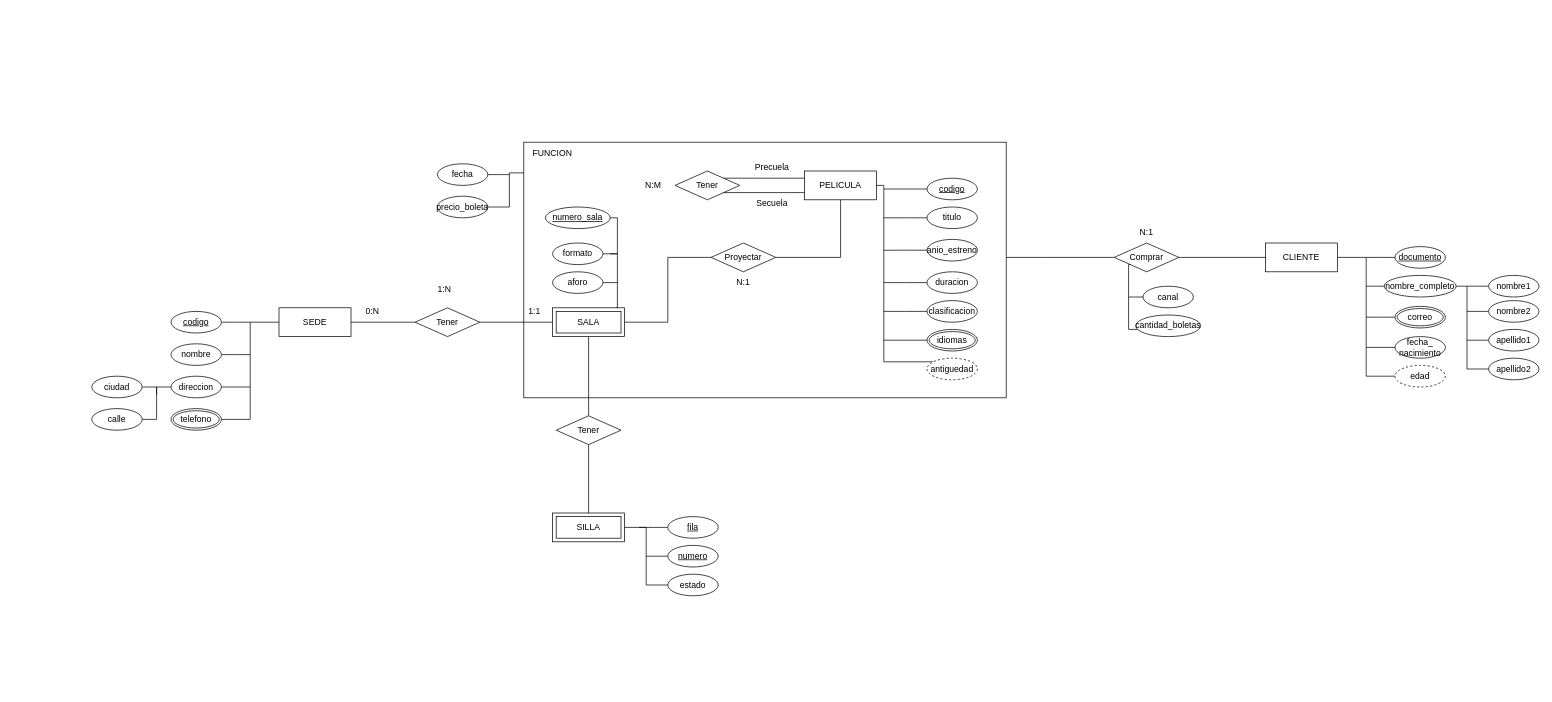
Above: Modelado/Parcial_Nocturna_DB1.drawio in jcabarcasr/Investigaciones-DB1-DB2 (draw.io), before the change. Source tidied: cells renumbered, new cells numbered last; positions are measured from the earlier drawing's top-left corner, leaving out a move shared by most shapes. Both pictures are drawn from the tidied source at 72%, with x=0, y=0 at pixel (91, 142).
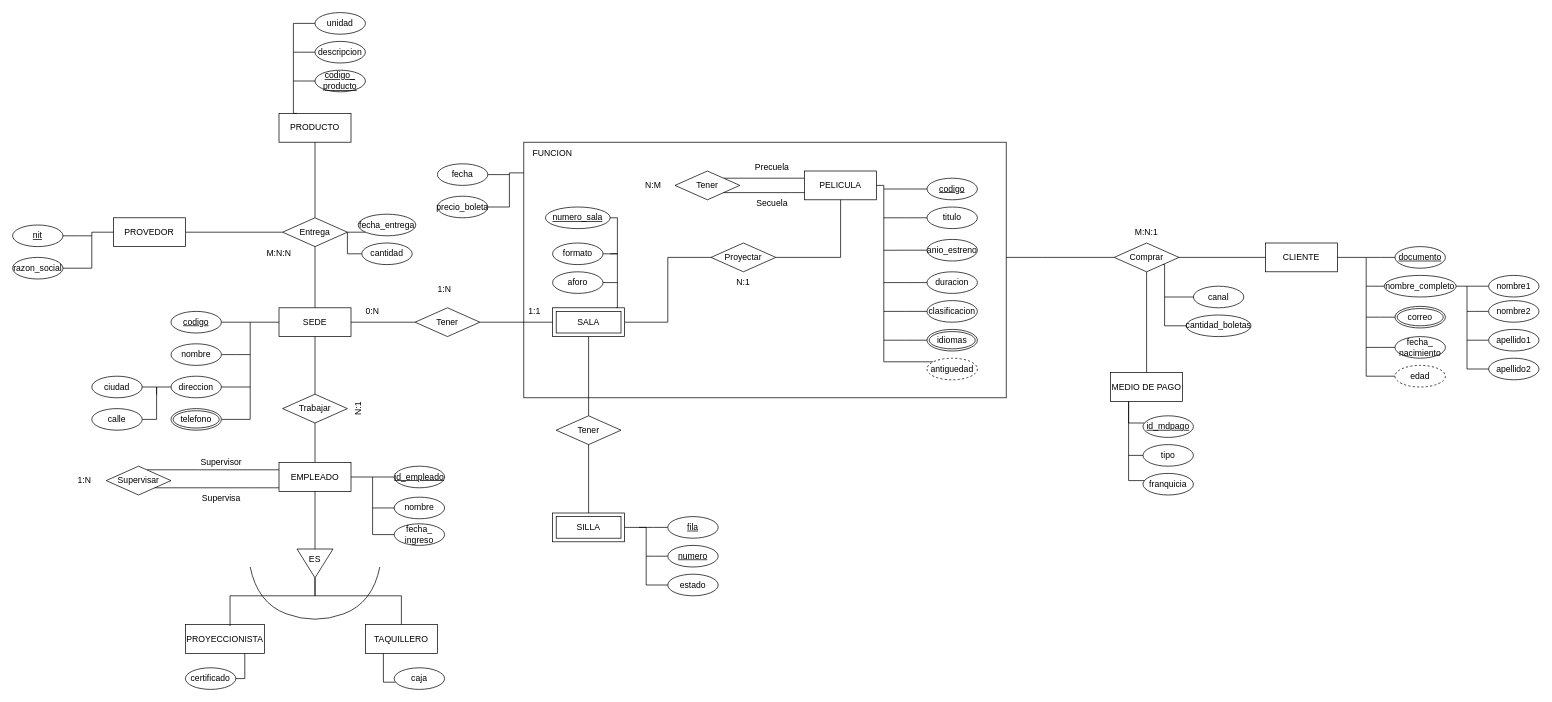
The same diagram, later.

The change refers to these unchanged cells:
```xml
<mxCell id="4" value="SEDE" style="whiteSpace=wrap;html=1;align=center;" parent="1" vertex="1">
  <mxGeometry x="260" y="230" width="100" height="40" as="geometry" />
</mxCell>
<mxCell id="91" value="Comprar" style="shape=rhombus;perimeter=rhombusPerimeter;whiteSpace=wrap;html=1;align=center;" parent="1" vertex="1">
  <mxGeometry x="1420" y="140" width="90" height="40" as="geometry" />
</mxCell>
```

What changed in the source:
```diff
@@
-    <mxCell id="92" value="N:1" style="text;html=1;whiteSpace=wrap;strokeColor=none;fillColor=none;align=center;verticalAlign=middle;rounded=0;" parent="1" vertex="1">
+    <mxCell id="92" value="M:N:1" style="text;html=1;whiteSpace=wrap;strokeColor=none;fillColor=none;align=center;verticalAlign=middle;rounded=0;" parent="1" vertex="1">
       <mxGeometry x="1435" y="110" width="60" height="30" as="geometry" />
     </mxCell>
@@
-    <mxCell id="94" style="edgeStyle=orthogonalEdgeStyle;rounded=0;jettySize=auto;html=1;entryX=0;entryY=1;entryDx=0;entryDy=0;fontFamily=Helvetica;fontSize=12;fontColor=default;endArrow=none;endFill=0;" parent="1" edge="1" source="95" target="91">
+    <mxCell id="94" style="edgeStyle=orthogonalEdgeStyle;rounded=0;jettySize=auto;html=1;entryX=1;entryY=1;entryDx=0;entryDy=0;fontFamily=Helvetica;fontSize=12;fontColor=default;endArrow=none;endFill=0;" parent="1" edge="1" source="95" target="91">
       <mxGeometry relative="1" as="geometry">
         <Array as="points">
-          <mxPoint x="1440" y="260" />
-          <mxPoint x="1440" y="170" />
+          <mxPoint x="1490" y="170" />
         </Array>
       </mxGeometry>
     </mxCell>
     <mxCell id="95" value="cantidad_boletas" style="ellipse;whiteSpace=wrap;html=1;align=center;" parent="1" vertex="1">
-      <mxGeometry x="1450" y="240" width="90" height="30" as="geometry" />
+      <mxGeometry x="1520" y="240" width="90" height="30" as="geometry" />
     </mxCell>
     <mxCell id="96" style="edgeStyle=orthogonalEdgeStyle;rounded=0;jettySize=auto;html=1;fontFamily=Helvetica;fontSize=12;fontColor=default;endArrow=none;endFill=0;" parent="1" edge="1" source="97">
       <mxGeometry relative="1" as="geometry">
-        <mxPoint x="1440" y="215" as="targetPoint" />
+        <mxPoint x="1490" y="215" as="targetPoint" />
       </mxGeometry>
     </mxCell>
     <mxCell id="97" value="canal" style="ellipse;whiteSpace=wrap;html=1;align=center;" parent="1" vertex="1">
-      <mxGeometry x="1460" y="200" width="70" height="30" as="geometry" />
+      <mxGeometry x="1530" y="200" width="70" height="30" as="geometry" />
     </mxCell>
+    <mxCell id="98" style="edgeStyle=orthogonalEdgeStyle;rounded=0;jettySize=auto;html=1;entryX=0.5;entryY=1;entryDx=0;entryDy=0;fontFamily=Helvetica;fontSize=12;fontColor=default;endArrow=none;endFill=0;" parent="1" edge="1" source="99" target="91">
+      <mxGeometry relative="1" as="geometry" />
+    </mxCell>
+    <mxCell id="99" value="MEDIO DE PAGO" style="whiteSpace=wrap;html=1;align=center;" parent="1" vertex="1">
+      <mxGeometry x="1415" y="320" width="100" height="40" as="geometry" />
+    </mxCell>
+    <mxCell id="100" style="group;" parent="1" vertex="1">
+      <mxGeometry x="260" y="445" width="230" height="115" as="geometry" />
+    </mxCell>
+    <mxCell id="101" value="EMPLEADO" style="whiteSpace=wrap;html=1;align=center;" parent="100" vertex="1">
+      <mxGeometry width="100" height="40" as="geometry" />
+    </mxCell>
+    <mxCell id="102" style="edgeStyle=orthogonalEdgeStyle;rounded=0;jettySize=auto;html=1;fontFamily=Helvetica;fontSize=12;fontColor=default;endArrow=none;endFill=0;" parent="100" edge="1" source="103">
+      <mxGeometry relative="1" as="geometry">
+        <mxPoint x="130" y="20" as="targetPoint" />
+      </mxGeometry>
+    </mxCell>
+    <mxCell id="103" value="id_empleado" style="ellipse;whiteSpace=wrap;html=1;align=center;fontStyle=4;" parent="100" vertex="1">
+      <mxGeometry x="160" y="5" width="70" height="30" as="geometry" />
+    </mxCell>
+    <mxCell id="104" style="edgeStyle=orthogonalEdgeStyle;rounded=0;jettySize=auto;html=1;fontFamily=Helvetica;fontSize=12;fontColor=default;endArrow=none;endFill=0;" parent="100" edge="1" source="105">
+      <mxGeometry relative="1" as="geometry">
+        <mxPoint x="130" y="63" as="targetPoint" />
+      </mxGeometry>
+    </mxCell>
+    <mxCell id="105" value="nombre" style="ellipse;whiteSpace=wrap;html=1;align=center;" parent="100" vertex="1">
+      <mxGeometry x="160" y="48" width="70" height="30" as="geometry" />
+    </mxCell>
+    <mxCell id="106" style="edgeStyle=orthogonalEdgeStyle;rounded=0;jettySize=auto;html=1;entryX=1;entryY=0.5;entryDx=0;entryDy=0;fontFamily=Helvetica;fontSize=12;fontColor=default;endArrow=none;endFill=0;" parent="100" edge="1" source="107" target="101">
+      <mxGeometry relative="1" as="geometry" />
+    </mxCell>
+    <mxCell id="107" value="fecha_&lt;div&gt;ingreso&lt;/div&gt;" style="ellipse;whiteSpace=wrap;html=1;align=center;" parent="100" vertex="1">
+      <mxGeometry x="160" y="85" width="70" height="30" as="geometry" />
+    </mxCell>
+    <mxCell id="108" style="edgeStyle=orthogonalEdgeStyle;rounded=0;jettySize=auto;html=1;fontFamily=Helvetica;fontSize=12;fontColor=default;endArrow=none;endFill=0;" parent="1" edge="1" source="109" target="4">
+      <mxGeometry relative="1" as="geometry" />
+    </mxCell>
+    <mxCell id="109" value="Trabajar" style="shape=rhombus;perimeter=rhombusPerimeter;whiteSpace=wrap;html=1;align=center;" parent="1" vertex="1">
+      <mxGeometry x="265" y="350" width="90" height="40" as="geometry" />
+    </mxCell>
+    <mxCell id="110" style="edgeStyle=orthogonalEdgeStyle;rounded=0;jettySize=auto;html=1;entryX=0.5;entryY=1;entryDx=0;entryDy=0;fontFamily=Helvetica;fontSize=12;fontColor=default;endArrow=none;endFill=0;" parent="1" edge="1" source="101" target="109">
+      <mxGeometry relative="1" as="geometry" />
+    </mxCell>
+    <mxCell id="111" value="N:1" style="text;html=1;whiteSpace=wrap;strokeColor=none;fillColor=none;align=center;verticalAlign=middle;rounded=0;rotation=-90;" parent="1" vertex="1">
+      <mxGeometry x="340" y="355" width="60" height="30" as="geometry" />
+    </mxCell>
+    <mxCell id="112" style="group;" parent="1" vertex="1">
+      <mxGeometry x="280" y="560" width="60" height="50" as="geometry" />
+    </mxCell>
+    <mxCell id="113" style="triangle;whiteSpace=wrap;html=1;shapeInside=1;rotation=90;" parent="112" vertex="1">
+      <mxGeometry x="10" width="40" height="50" as="geometry" />
+    </mxCell>
+    <mxCell id="114" value="ES" style="text;html=1;whiteSpace=wrap;strokeColor=none;fillColor=none;align=center;verticalAlign=middle;rounded=0;" parent="112" vertex="1">
+      <mxGeometry y="5" width="60" height="30" as="geometry" />
+    </mxCell>
+    <mxCell id="115" style="edgeStyle=orthogonalEdgeStyle;rounded=0;jettySize=auto;html=1;entryX=0.5;entryY=0;entryDx=0;entryDy=0;fontFamily=Helvetica;fontSize=12;fontColor=default;endArrow=none;endFill=0;" parent="1" edge="1" source="101" target="114">
+      <mxGeometry relative="1" as="geometry" />
+    </mxCell>
+    <mxCell id="116" style="edgeStyle=orthogonalEdgeStyle;rounded=0;jettySize=auto;html=1;entryX=0;entryY=0.25;entryDx=0;entryDy=0;fontFamily=Helvetica;fontSize=12;fontColor=default;endArrow=none;endFill=0;" parent="1" edge="1" source="117" target="101">
+      <mxGeometry relative="1" as="geometry">
+        <Array as="points">
+          <mxPoint x="150" y="455" />
+          <mxPoint x="150" y="455" />
+        </Array>
+      </mxGeometry>
+    </mxCell>
+    <mxCell id="117" value="&lt;div&gt;Supervisar&lt;/div&gt;" style="shape=rhombus;perimeter=rhombusPerimeter;whiteSpace=wrap;html=1;align=center;" parent="1" vertex="1">
+      <mxGeometry x="20" y="450" width="90" height="40" as="geometry" />
+    </mxCell>
+    <mxCell id="118" style="edgeStyle=orthogonalEdgeStyle;rounded=0;jettySize=auto;html=1;entryX=1;entryY=1;entryDx=0;entryDy=0;fontFamily=Helvetica;fontSize=12;fontColor=default;endArrow=none;endFill=0;" parent="1" edge="1" source="101" target="117">
+      <mxGeometry relative="1" as="geometry">
+        <Array as="points">
+          <mxPoint x="220" y="480" />
+          <mxPoint x="220" y="480" />
+        </Array>
+      </mxGeometry>
+    </mxCell>
+    <mxCell id="119" value="Supervisor" style="text;html=1;whiteSpace=wrap;strokeColor=none;fillColor=none;align=center;verticalAlign=middle;rounded=0;" parent="1" vertex="1">
+      <mxGeometry x="150" y="430" width="60" height="30" as="geometry" />
+    </mxCell>
+    <mxCell id="120" value="Supervisa" style="text;html=1;whiteSpace=wrap;strokeColor=none;fillColor=none;align=center;verticalAlign=middle;rounded=0;" parent="1" vertex="1">
+      <mxGeometry x="150" y="480" width="60" height="30" as="geometry" />
+    </mxCell>
+    <mxCell id="121" value="PROYECCIONISTA" style="whiteSpace=wrap;html=1;align=center;" parent="1" vertex="1">
+      <mxGeometry x="130" y="670" width="110" height="40" as="geometry" />
+    </mxCell>
+    <mxCell id="122" style="edgeStyle=orthogonalEdgeStyle;rounded=0;jettySize=auto;html=1;entryX=1;entryY=0.5;entryDx=0;entryDy=0;fontFamily=Helvetica;fontSize=12;fontColor=default;endArrow=none;endFill=0;" parent="1" edge="1" source="123" target="113">
+      <mxGeometry relative="1" as="geometry">
+        <Array as="points">
+          <mxPoint x="430" y="630" />
+          <mxPoint x="310" y="630" />
+        </Array>
+      </mxGeometry>
+    </mxCell>
+    <mxCell id="123" value="TAQUILLERO" style="whiteSpace=wrap;html=1;align=center;" parent="1" vertex="1">
+      <mxGeometry x="380" y="670" width="100" height="40" as="geometry" />
+    </mxCell>
+    <mxCell id="124" style="edgeStyle=orthogonalEdgeStyle;rounded=0;jettySize=auto;html=1;entryX=0.564;entryY=0.05;entryDx=0;entryDy=0;entryPerimeter=0;fontFamily=Helvetica;fontSize=12;fontColor=default;endArrow=none;endFill=0;exitX=1;exitY=0.5;exitDx=0;exitDy=0;" parent="1" edge="1" source="113" target="121">
+      <mxGeometry relative="1" as="geometry">
+        <Array as="points">
+          <mxPoint x="310" y="630" />
+          <mxPoint x="192" y="630" />
+        </Array>
+      </mxGeometry>
+    </mxCell>
+    <mxCell id="125" style="edgeStyle=orthogonalEdgeStyle;rounded=0;jettySize=auto;html=1;entryX=0.25;entryY=1;entryDx=0;entryDy=0;fontFamily=Helvetica;fontSize=12;fontColor=default;endArrow=none;endFill=0;" parent="1" edge="1" source="126" target="123">
+      <mxGeometry relative="1" as="geometry">
+        <Array as="points">
+          <mxPoint x="405" y="750" />
+        </Array>
+      </mxGeometry>
+    </mxCell>
+    <mxCell id="126" value="caja" style="ellipse;whiteSpace=wrap;html=1;align=center;" parent="1" vertex="1">
+      <mxGeometry x="420" y="730" width="70" height="30" as="geometry" />
+    </mxCell>
+    <mxCell id="127" style="edgeStyle=orthogonalEdgeStyle;rounded=0;jettySize=auto;html=1;entryX=0.75;entryY=1;entryDx=0;entryDy=0;fontFamily=Helvetica;fontSize=12;fontColor=default;endArrow=none;endFill=0;" parent="1" edge="1" source="128" target="121">
+      <mxGeometry relative="1" as="geometry">
+        <Array as="points">
+          <mxPoint x="212.5" y="745" />
+        </Array>
+      </mxGeometry>
+    </mxCell>
+    <mxCell id="128" value="certificado" style="ellipse;whiteSpace=wrap;html=1;align=center;" parent="1" vertex="1">
+      <mxGeometry x="130" y="730" width="70" height="30" as="geometry" />
+    </mxCell>
+    <mxCell id="129" style="endArrow=none;html=1;rounded=0;fontFamily=Helvetica;fontSize=12;fontColor=default;curved=1;" parent="1" edge="1">
+      <mxGeometry relative="1" as="geometry">
+        <mxPoint x="220" y="590" as="sourcePoint" />
+        <mxPoint x="400" y="590" as="targetPoint" />
+        <Array as="points">
+          <mxPoint x="230" y="640" />
+          <mxPoint x="310" y="670" />
+          <mxPoint x="390" y="640" />
+        </Array>
+      </mxGeometry>
+    </mxCell>
+    <mxCell id="130" value="1:N" style="text;html=1;whiteSpace=wrap;strokeColor=none;fillColor=none;align=center;verticalAlign=middle;rounded=0;" parent="1" vertex="1">
+      <mxGeometry x="-40" y="455" width="60" height="30" as="geometry" />
+    </mxCell>
+    <mxCell id="131" style="edgeStyle=orthogonalEdgeStyle;rounded=0;jettySize=auto;html=1;entryX=0.25;entryY=1;entryDx=0;entryDy=0;fontFamily=Helvetica;fontSize=12;fontColor=default;endArrow=none;endFill=0;" parent="1" edge="1" source="132" target="99">
+      <mxGeometry relative="1" as="geometry">
+        <Array as="points">
+          <mxPoint x="1440" y="390" />
+        </Array>
+      </mxGeometry>
+    </mxCell>
+    <mxCell id="132" value="id_mdpago" style="ellipse;whiteSpace=wrap;html=1;align=center;fontStyle=4;" parent="1" vertex="1">
+      <mxGeometry x="1460" y="380" width="70" height="30" as="geometry" />
+    </mxCell>
+    <mxCell id="133" style="edgeStyle=orthogonalEdgeStyle;rounded=0;jettySize=auto;html=1;entryX=0;entryY=0.5;entryDx=0;entryDy=0;fontFamily=Helvetica;fontSize=12;fontColor=default;endArrow=none;endFill=0;" parent="1" edge="1" source="134" target="138">
+      <mxGeometry relative="1" as="geometry" />
+    </mxCell>
+    <mxCell id="134" value="PROVEDOR" style="whiteSpace=wrap;html=1;align=center;" parent="1" vertex="1">
+      <mxGeometry x="30" y="105" width="100" height="40" as="geometry" />
+    </mxCell>
+    <mxCell id="135" value="PRODUCTO" style="whiteSpace=wrap;html=1;align=center;" parent="1" vertex="1">
+      <mxGeometry x="260" y="-40" width="100" height="40" as="geometry" />
+    </mxCell>
+    <mxCell id="136" style="edgeStyle=orthogonalEdgeStyle;rounded=0;jettySize=auto;html=1;entryX=0.5;entryY=1;entryDx=0;entryDy=0;fontFamily=Helvetica;fontSize=12;fontColor=default;endArrow=none;endFill=0;" parent="1" edge="1" source="138" target="135">
+      <mxGeometry relative="1" as="geometry" />
+    </mxCell>
+    <mxCell id="137" style="edgeStyle=orthogonalEdgeStyle;rounded=0;jettySize=auto;html=1;entryX=0.5;entryY=0;entryDx=0;entryDy=0;fontFamily=Helvetica;fontSize=12;fontColor=default;endArrow=none;endFill=0;" parent="1" edge="1" source="138" target="4">
+      <mxGeometry relative="1" as="geometry" />
+    </mxCell>
+    <mxCell id="138" value="Entrega" style="shape=rhombus;perimeter=rhombusPerimeter;whiteSpace=wrap;html=1;align=center;" parent="1" vertex="1">
+      <mxGeometry x="265" y="105" width="90" height="40" as="geometry" />
+    </mxCell>
+    <mxCell id="139" style="edgeStyle=orthogonalEdgeStyle;rounded=0;jettySize=auto;html=1;fontFamily=Helvetica;fontSize=12;fontColor=default;endArrow=none;endFill=0;" parent="1" edge="1" source="140">
+      <mxGeometry relative="1" as="geometry">
+        <mxPoint x="1440" y="435" as="targetPoint" />
+      </mxGeometry>
+    </mxCell>
+    <mxCell id="140" value="tipo" style="ellipse;whiteSpace=wrap;html=1;align=center;" parent="1" vertex="1">
+      <mxGeometry x="1460" y="420" width="70" height="30" as="geometry" />
+    </mxCell>
+    <mxCell id="141" style="edgeStyle=orthogonalEdgeStyle;rounded=0;jettySize=auto;html=1;entryX=0.25;entryY=1;entryDx=0;entryDy=0;fontFamily=Helvetica;fontSize=12;fontColor=default;endArrow=none;endFill=0;" parent="1" edge="1" source="142" target="99">
+      <mxGeometry relative="1" as="geometry">
+        <Array as="points">
+          <mxPoint x="1440" y="470" />
+        </Array>
+      </mxGeometry>
+    </mxCell>
+    <mxCell id="142" value="franquicia" style="ellipse;whiteSpace=wrap;html=1;align=center;" parent="1" vertex="1">
+      <mxGeometry x="1460" y="460" width="70" height="30" as="geometry" />
+    </mxCell>
+    <mxCell id="143" style="edgeStyle=orthogonalEdgeStyle;rounded=0;jettySize=auto;html=1;fontFamily=Helvetica;fontSize=12;fontColor=default;endArrow=none;endFill=0;" parent="1" edge="1" source="144">
+      <mxGeometry relative="1" as="geometry">
+        <mxPoint y="130" as="targetPoint" />
+      </mxGeometry>
+    </mxCell>
+    <mxCell id="144" value="nit" style="ellipse;whiteSpace=wrap;html=1;align=center;fontStyle=4;" parent="1" vertex="1">
+      <mxGeometry x="-110" y="115" width="70" height="30" as="geometry" />
+    </mxCell>
+    <mxCell id="145" style="edgeStyle=orthogonalEdgeStyle;rounded=0;jettySize=auto;html=1;entryX=0;entryY=0.5;entryDx=0;entryDy=0;fontFamily=Helvetica;fontSize=12;fontColor=default;endArrow=none;endFill=0;" parent="1" edge="1" source="146" target="134">
+      <mxGeometry relative="1" as="geometry">
+        <Array as="points">
+          <mxPoint y="175.1" />
+          <mxPoint y="125.1" />
+        </Array>
+      </mxGeometry>
+    </mxCell>
+    <mxCell id="146" value="razon_social" style="ellipse;whiteSpace=wrap;html=1;align=center;" parent="1" vertex="1">
+      <mxGeometry x="-110" y="160" width="70" height="30" as="geometry" />
+    </mxCell>
+    <mxCell id="147" style="edgeStyle=orthogonalEdgeStyle;rounded=0;jettySize=auto;html=1;fontFamily=Helvetica;fontSize=12;fontColor=default;endArrow=none;endFill=0;" parent="1" edge="1" source="148">
+      <mxGeometry relative="1" as="geometry">
+        <mxPoint x="280" y="-85" as="targetPoint" />
+      </mxGeometry>
+    </mxCell>
+    <mxCell id="148" value="codigo_&lt;br&gt;producto" style="ellipse;whiteSpace=wrap;html=1;align=center;fontStyle=4;" parent="1" vertex="1">
+      <mxGeometry x="310" y="-100" width="70" height="30" as="geometry" />
+    </mxCell>
+    <mxCell id="149" style="edgeStyle=orthogonalEdgeStyle;rounded=0;jettySize=auto;html=1;fontFamily=Helvetica;fontSize=12;fontColor=default;endArrow=none;endFill=0;" parent="1" edge="1" source="150">
+      <mxGeometry relative="1" as="geometry">
+        <mxPoint x="280" y="-125" as="targetPoint" />
+      </mxGeometry>
+    </mxCell>
+    <mxCell id="150" value="descripcion" style="ellipse;whiteSpace=wrap;html=1;align=center;" parent="1" vertex="1">
+      <mxGeometry x="310" y="-140" width="70" height="30" as="geometry" />
+    </mxCell>
+    <mxCell id="151" style="edgeStyle=orthogonalEdgeStyle;rounded=0;jettySize=auto;html=1;entryX=0.25;entryY=0;entryDx=0;entryDy=0;fontFamily=Helvetica;fontSize=12;fontColor=default;endArrow=none;endFill=0;" parent="1" edge="1" source="152" target="135">
+      <mxGeometry relative="1" as="geometry">
+        <Array as="points">
+          <mxPoint x="280" y="-165" />
+          <mxPoint x="280" y="-40" />
+        </Array>
+      </mxGeometry>
+    </mxCell>
+    <mxCell id="152" value="unidad" style="ellipse;whiteSpace=wrap;html=1;align=center;" parent="1" vertex="1">
+      <mxGeometry x="310" y="-180" width="70" height="30" as="geometry" />
+    </mxCell>
+    <mxCell id="153" value="M:N:N" style="text;html=1;whiteSpace=wrap;strokeColor=none;fillColor=none;align=center;verticalAlign=middle;rounded=0;" parent="1" vertex="1">
+      <mxGeometry x="230" y="140" width="60" height="30" as="geometry" />
+    </mxCell>
+    <mxCell id="154" style="edgeStyle=orthogonalEdgeStyle;rounded=0;jettySize=auto;html=1;entryX=1;entryY=0.5;entryDx=0;entryDy=0;fontFamily=Helvetica;fontSize=12;fontColor=default;endArrow=none;endFill=0;" parent="1" edge="1" source="155" target="138">
+      <mxGeometry relative="1" as="geometry">
+        <Array as="points">
+          <mxPoint x="360" y="125" />
+          <mxPoint x="360" y="125" />
+        </Array>
+      </mxGeometry>
+    </mxCell>
+    <mxCell id="155" value="fecha_entrega" style="ellipse;whiteSpace=wrap;html=1;align=center;" parent="1" vertex="1">
+      <mxGeometry x="370" y="100" width="80" height="30" as="geometry" />
+    </mxCell>
+    <mxCell id="156" style="edgeStyle=orthogonalEdgeStyle;rounded=0;jettySize=auto;html=1;entryX=1;entryY=0.5;entryDx=0;entryDy=0;fontFamily=Helvetica;fontSize=12;fontColor=default;endArrow=none;endFill=0;" parent="1" edge="1" source="157" target="138">
+      <mxGeometry relative="1" as="geometry" />
+    </mxCell>
+    <mxCell id="157" value="cantidad" style="ellipse;whiteSpace=wrap;html=1;align=center;" parent="1" vertex="1">
+      <mxGeometry x="375" y="140" width="70" height="30" as="geometry" />
+    </mxCell>
```
